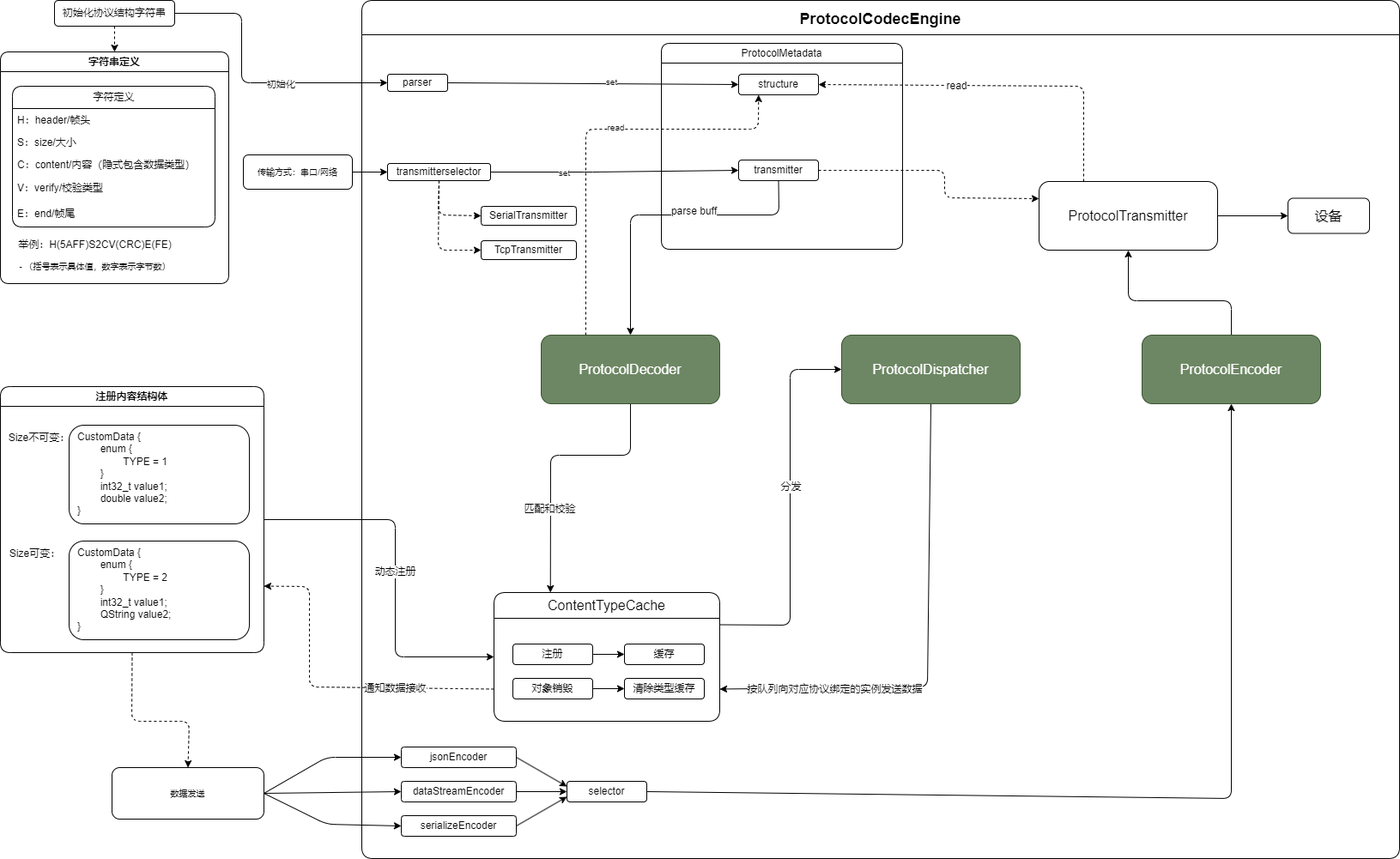
Before: framework.drawio.png, a diagram exported from draw.io (daonvshu/ProtocolCodecEngine). Source tidied: cells renumbered, new cells last; positions are measured from the earlier drawing's top-left corner, leaving out a move shared by most shapes.
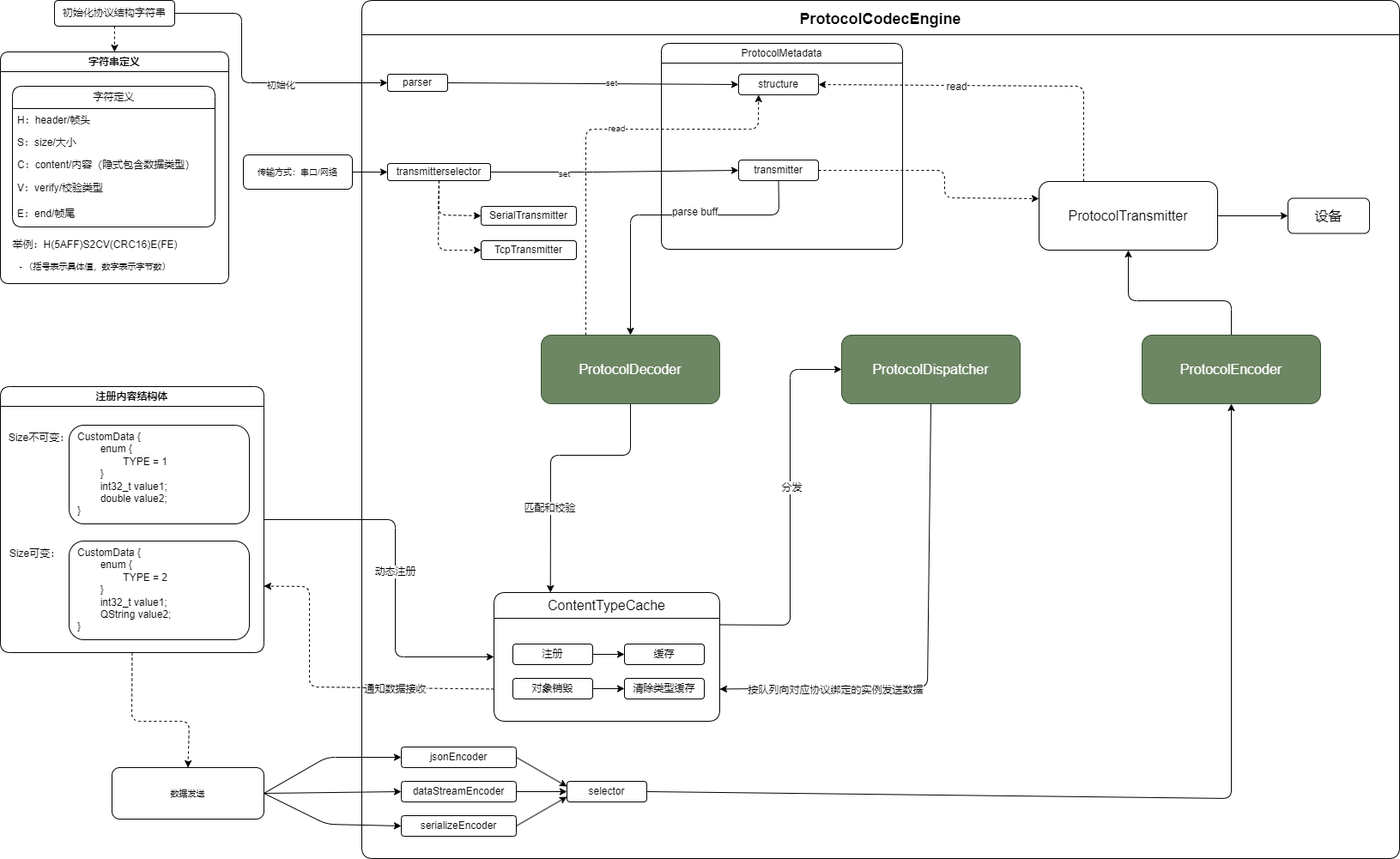
After the change.

Change to the diagram source:
```diff
@@ -241,8 +241,8 @@
     <mxCell id="61" value="E：end/帧尾" style="text;strokeColor=none;fillColor=none;align=left;verticalAlign=middle;spacingLeft=4;spacingRight=4;overflow=hidden;whiteSpace=wrap;html=1;rounded=1;" parent="56" vertex="1">
       <mxGeometry y="134" width="236" height="30" as="geometry" />
     </mxCell>
-    <mxCell id="62" value="举例：H(5AFF)S2CV(CRC)E(FE)" style="text;html=1;align=center;verticalAlign=middle;strokeColor=none;fillColor=none;" parent="55" vertex="1">
-      <mxGeometry x="10" y="210" width="200" height="30" as="geometry" />
+    <mxCell id="62" value="举例：H(5AFF)S2CV(CRC16)E(FE)" style="text;html=1;align=center;verticalAlign=middle;strokeColor=none;fillColor=none;" parent="55" vertex="1">
+      <mxGeometry y="210" width="220" height="30" as="geometry" />
     </mxCell>
     <mxCell id="63" value="- （括号表示具体值，数字表示字节数）" style="text;html=1;align=center;verticalAlign=middle;strokeColor=none;fillColor=none;fontSize=10;" parent="55" vertex="1">
       <mxGeometry x="10" y="235" width="200" height="30" as="geometry" />
```
